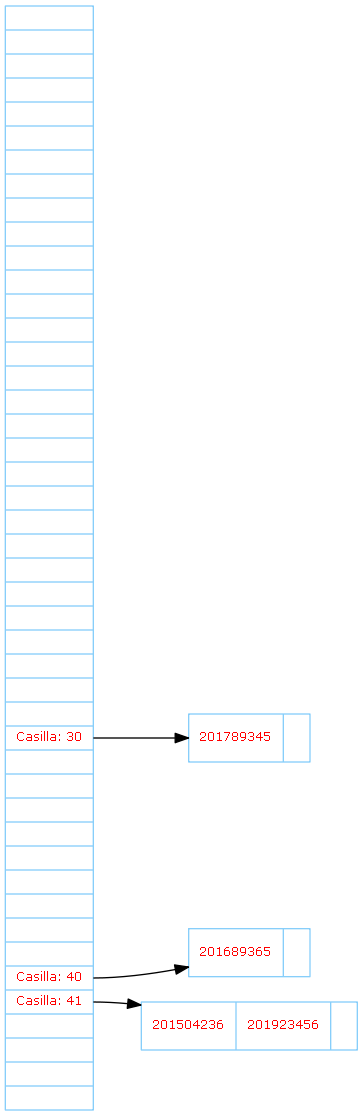
The Graphviz diagram Proyecto2/TablaDispersa.png in AdriGomez95/EDD_1S2020_PY2_201504236, before a commit. Its source is kept beside it as Proyecto2/TablaDispersa.dot.
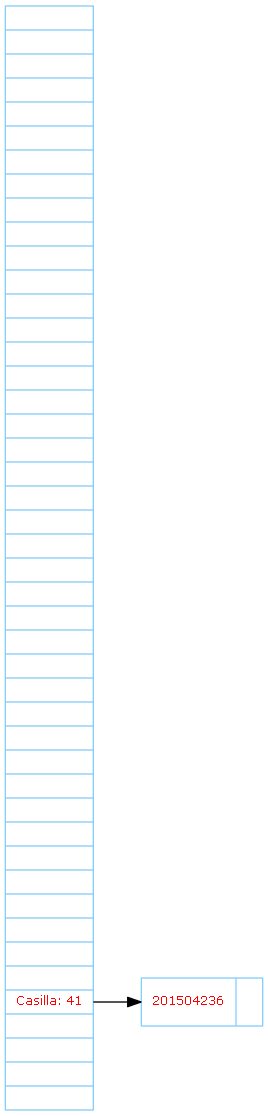
After the change.

What changed in the source:
```diff
@@ -1,12 +1,8 @@
 digraph G{
  node[shape=record fontsize=9 fontcolor=red color= lightskyblue fontname = Verdana];
  rankdir=LR;
-nodeR[label="<p0>|<p1>|<p2>|<p3>|<p4>|<p5>|<p6>|<p7>|<p8>|<p9>|<p10>|<p11>|<p12>|<p13>|<p14>|<p15>|<p16>|<p17>|<p18>|<p19>|<p20>|<p21>|<p22>|<p23>|<p24>|<p25>|<p26>|<p27>|<p28>|<p29>|<p30>Casilla: 30|<p31>|<p32>|<p33>|<p34>|<p35>|<p36>|<p37>|<p38>|<p39>|<p40>Casilla: 40|<p41>Casilla: 41|<p42>|<p43>|<p44>|"];
-node30[label="{<p0>201789345|}"];
-nodeR:p30->node30;
-node40[label="{<p0>201689365|}"];
-nodeR:p40->node40;
-node41[label="{<p0>201504236|<p1>201923456|}"];
+nodeR[label="<p0>|<p1>|<p2>|<p3>|<p4>|<p5>|<p6>|<p7>|<p8>|<p9>|<p10>|<p11>|<p12>|<p13>|<p14>|<p15>|<p16>|<p17>|<p18>|<p19>|<p20>|<p21>|<p22>|<p23>|<p24>|<p25>|<p26>|<p27>|<p28>|<p29>|<p30>|<p31>|<p32>|<p33>|<p34>|<p35>|<p36>|<p37>|<p38>|<p39>|<p40>|<p41>Casilla: 41|<p42>|<p43>|<p44>|"];
+node41[label="{<p0>201504236|}"];
 nodeR:p41->node41;
 
 }
```
